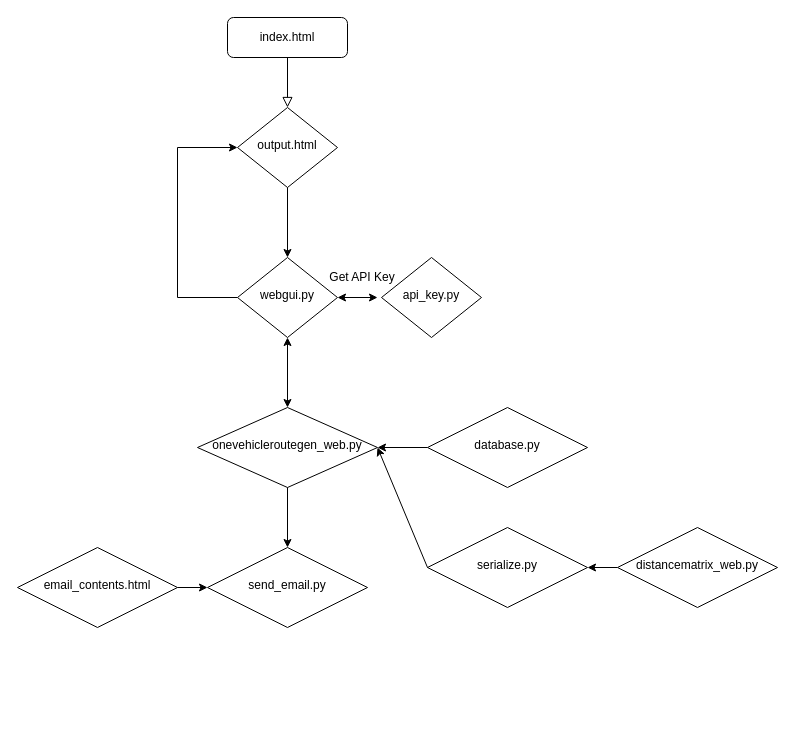
autorouting/autorouting.github.io keeps this draw.io diagram as structure_diagram.drawio. Above is the earlier version. Source tidied: cells renumbered, new cells numbered last; positions are measured from the earlier drawing's top-left corner, leaving out a move shared by most shapes. Both pictures are drawn from the tidied source at 100%, with x=0, y=0 at pixel (17, 17).
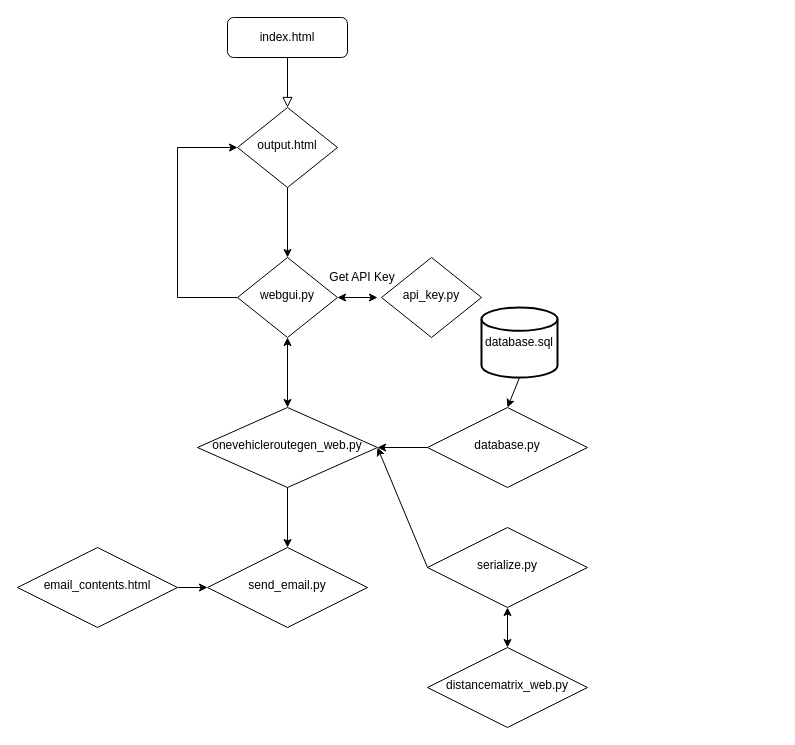
The same diagram, later.

The change refers to these unchanged cells:
```xml
<mxCell id="13" value="database.py" style="rhombus;whiteSpace=wrap;html=1;shadow=0;fontFamily=Helvetica;fontSize=12;align=center;strokeWidth=1;spacing=6;spacingTop=-4;" parent="1" vertex="1">
  <mxGeometry x="410" y="390" width="160" height="80" as="geometry" />
</mxCell>
<mxCell id="15" value="serialize.py" style="rhombus;whiteSpace=wrap;html=1;shadow=0;fontFamily=Helvetica;fontSize=12;align=center;strokeWidth=1;spacing=6;spacingTop=-4;" parent="1" vertex="1">
  <mxGeometry x="410" y="510" width="160" height="80" as="geometry" />
</mxCell>
```

Diff of the diagram source:
```diff
@@
-    <mxCell id="16" style="edgeStyle=orthogonalEdgeStyle;rounded=0;jettySize=auto;html=1;exitX=0;exitY=0.5;exitDx=0;exitDy=0;entryX=1;entryY=0.5;entryDx=0;entryDy=0;" parent="1" edge="1" source="17" target="15">
-      <mxGeometry relative="1" as="geometry" />
-    </mxCell>
     <mxCell id="17" value="distancematrix_web.py" style="rhombus;whiteSpace=wrap;html=1;shadow=0;fontFamily=Helvetica;fontSize=12;align=center;strokeWidth=1;spacing=6;spacingTop=-4;" parent="1" vertex="1">
-      <mxGeometry x="600" y="510" width="160" height="80" as="geometry" />
+      <mxGeometry x="410" y="630" width="160" height="80" as="geometry" />
     </mxCell>
@@
+    <mxCell id="23" value="database.sql" style="strokeWidth=2;html=1;shape=mxgraph.flowchart.database;whiteSpace=wrap;" parent="1" vertex="1">
+      <mxGeometry x="464" y="290" width="76" height="70" as="geometry" />
+    </mxCell>
+    <mxCell id="24" style="endArrow=classic;html=1;exitX=0.5;exitY=1;exitDx=0;exitDy=0;exitPerimeter=0;entryX=0.5;entryY=0;entryDx=0;entryDy=0;" parent="1" edge="1" source="23" target="13">
+      <mxGeometry relative="1" as="geometry" />
+    </mxCell>
+    <mxCell id="16" style="endArrow=classic;startArrow=classic;html=1;exitX=0.5;exitY=0;exitDx=0;exitDy=0;" parent="1" edge="1" source="17" target="15">
+      <mxGeometry relative="1" as="geometry" />
+    </mxCell>
```
